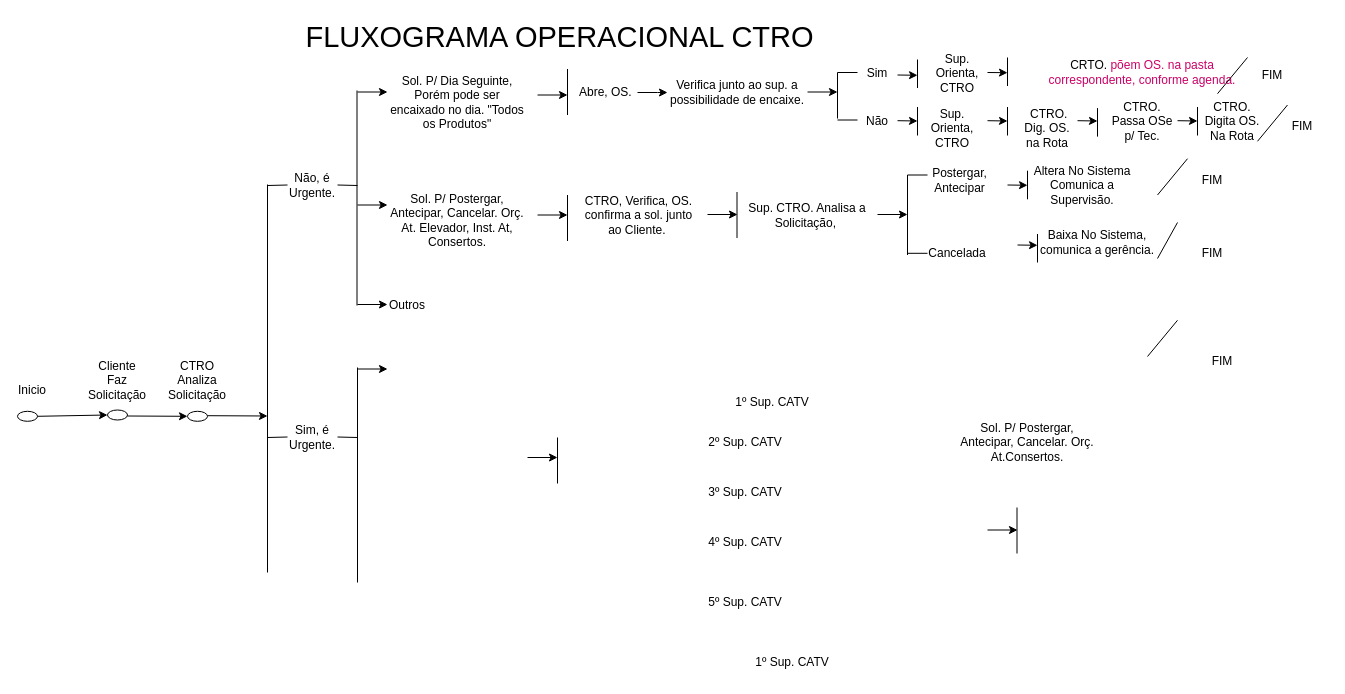
Earlier version of the draw.io diagram page "Page-1" (1 of 4) of Untitled Diagram.drawio (policond/teste). Source tidied: cells renumbered, new cells numbered last; positions are measured from the earlier drawing's top-left corner, leaving out a move shared by most shapes. Both pictures are drawn from the tidied source at 100%, with x=0, y=0 at pixel (17, 17).
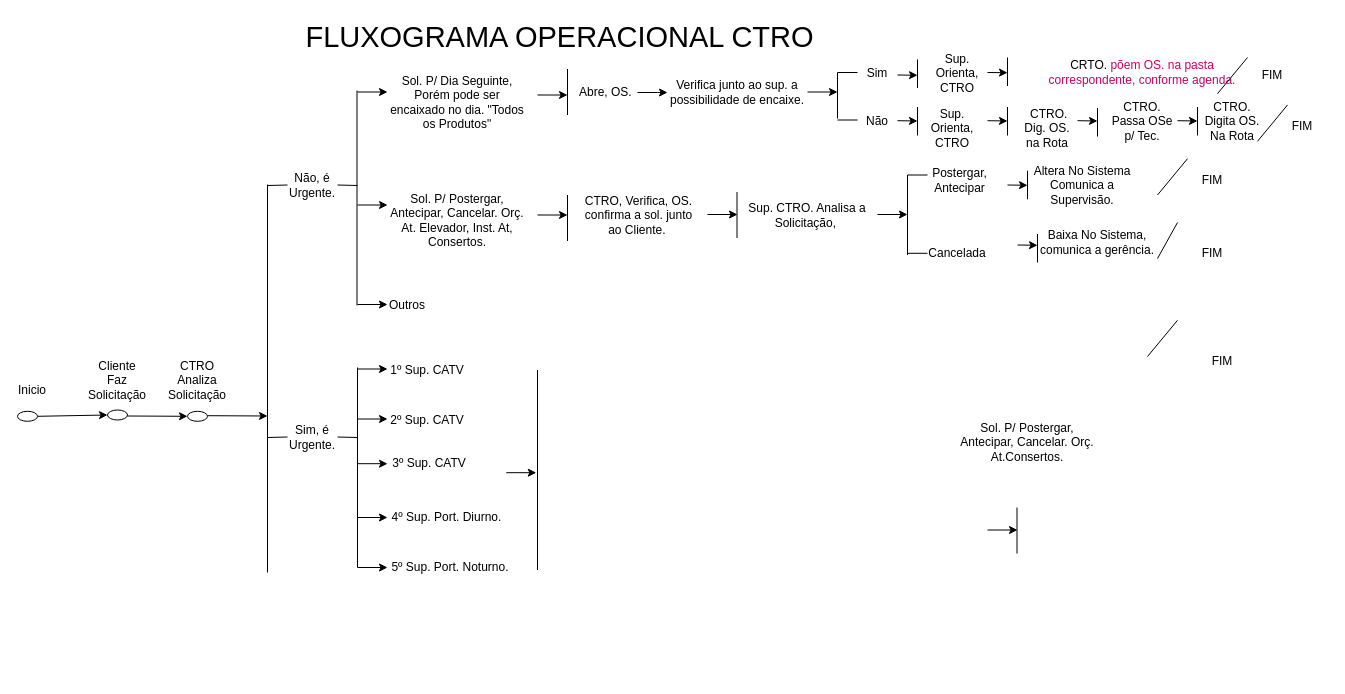
The same diagram, later.

Change to the diagram source:
```diff
@@
-    <mxCell id="80" style="endArrow=classic;html=1;" parent="1" edge="1">
-      <mxGeometry relative="1" as="geometry">
-        <mxPoint x="510" y="440" as="sourcePoint" />
-        <mxPoint x="540" y="440" as="targetPoint" />
-      </mxGeometry>
-    </mxCell>
-    <mxCell id="81" style="endArrow=none;html=1;" parent="1" edge="1">
-      <mxGeometry relative="1" as="geometry">
-        <mxPoint x="540" y="466" as="sourcePoint" />
-        <mxPoint x="540" y="420" as="targetPoint" />
-      </mxGeometry>
-    </mxCell>
@@
     <mxCell id="88" style="endArrow=none;html=1;" parent="1" edge="1">
       <mxGeometry relative="1" as="geometry">
-        <mxPoint x="340" y="565" as="sourcePoint" />
+        <mxPoint x="340" y="550" as="sourcePoint" />
         <mxPoint x="340" y="350" as="targetPoint" />
       </mxGeometry>
     </mxCell>
@@
     <mxCell id="90" value="2º Sup. CATV" style="text;html=1;strokeColor=none;fillColor=none;align=center;verticalAlign=middle;whiteSpace=wrap;rounded=0;" parent="1" vertex="1">
-      <mxGeometry x="682.5" y="410" width="90" height="30" as="geometry" />
+      <mxGeometry x="370" y="392.5" width="80" height="20" as="geometry" />
     </mxCell>
     <mxCell id="91" value="3º Sup. CATV" style="text;html=1;strokeColor=none;fillColor=none;align=center;verticalAlign=middle;whiteSpace=wrap;rounded=0;" parent="1" vertex="1">
-      <mxGeometry x="682.5" y="460" width="90" height="30" as="geometry" />
+      <mxGeometry x="372.5" y="436.2" width="77.5" height="20" as="geometry" />
     </mxCell>
-    <mxCell id="92" value="5º Sup. CATV" style="text;html=1;strokeColor=none;fillColor=none;align=center;verticalAlign=middle;whiteSpace=wrap;rounded=0;" parent="1" vertex="1">
-      <mxGeometry x="682.5" y="570" width="90" height="30" as="geometry" />
+    <mxCell id="92" value="5º Sup. Port. Noturno." style="text;html=1;strokeColor=none;fillColor=none;align=center;verticalAlign=middle;whiteSpace=wrap;rounded=0;" parent="1" vertex="1">
+      <mxGeometry x="370" y="540" width="126.2" height="20" as="geometry" />
     </mxCell>
-    <mxCell id="93" value="4º Sup. CATV" style="text;html=1;strokeColor=none;fillColor=none;align=center;verticalAlign=middle;whiteSpace=wrap;rounded=0;" parent="1" vertex="1">
-      <mxGeometry x="682.5" y="510" width="90" height="30" as="geometry" />
+    <mxCell id="93" value="4º Sup. Port. Diurno." style="text;html=1;strokeColor=none;fillColor=none;align=center;verticalAlign=middle;whiteSpace=wrap;rounded=0;" parent="1" vertex="1">
+      <mxGeometry x="370" y="490" width="118.8" height="20" as="geometry" />
     </mxCell>
-    <mxCell id="94" value="1º Sup. CATV" style="text;html=1;strokeColor=none;fillColor=none;align=center;verticalAlign=middle;whiteSpace=wrap;rounded=0;" parent="1" vertex="1">
-      <mxGeometry x="730" y="630" width="90" height="30" as="geometry" />
-    </mxCell>
     <mxCell id="95" value="1º Sup. CATV" style="text;html=1;strokeColor=none;fillColor=none;align=center;verticalAlign=middle;whiteSpace=wrap;rounded=0;" parent="1" vertex="1">
-      <mxGeometry x="710" y="370" width="90" height="30" as="geometry" />
+      <mxGeometry x="370" y="342.5" width="80" height="20" as="geometry" />
     </mxCell>
+    <mxCell id="96" style="endArrow=classic;html=1;" parent="1" edge="1">
+      <mxGeometry relative="1" as="geometry">
+        <mxPoint x="340" y="401.5" as="sourcePoint" />
+        <mxPoint x="370" y="401.5" as="targetPoint" />
+      </mxGeometry>
+    </mxCell>
+    <mxCell id="97" style="endArrow=classic;html=1;" parent="1" edge="1">
+      <mxGeometry relative="1" as="geometry">
+        <mxPoint x="340" y="446.2" as="sourcePoint" />
+        <mxPoint x="370" y="446.2" as="targetPoint" />
+      </mxGeometry>
+    </mxCell>
+    <mxCell id="98" style="endArrow=classic;html=1;" parent="1" edge="1">
+      <mxGeometry relative="1" as="geometry">
+        <mxPoint x="340" y="500" as="sourcePoint" />
+        <mxPoint x="370" y="500" as="targetPoint" />
+      </mxGeometry>
+    </mxCell>
+    <mxCell id="99" style="endArrow=classic;html=1;" parent="1" edge="1">
+      <mxGeometry relative="1" as="geometry">
+        <mxPoint x="340" y="550" as="sourcePoint" />
+        <mxPoint x="370" y="550" as="targetPoint" />
+      </mxGeometry>
+    </mxCell>
+    <mxCell id="100" style="endArrow=none;html=1;" parent="1" edge="1">
+      <mxGeometry relative="1" as="geometry">
+        <mxPoint x="520" y="552.5" as="sourcePoint" />
+        <mxPoint x="520" y="352.5" as="targetPoint" />
+      </mxGeometry>
+    </mxCell>
+    <mxCell id="101" style="endArrow=classic;html=1;" parent="1" edge="1">
+      <mxGeometry relative="1" as="geometry">
+        <mxPoint x="488.8" y="455.2" as="sourcePoint" />
+        <mxPoint x="518.8" y="455.2" as="targetPoint" />
+      </mxGeometry>
+    </mxCell>
```
